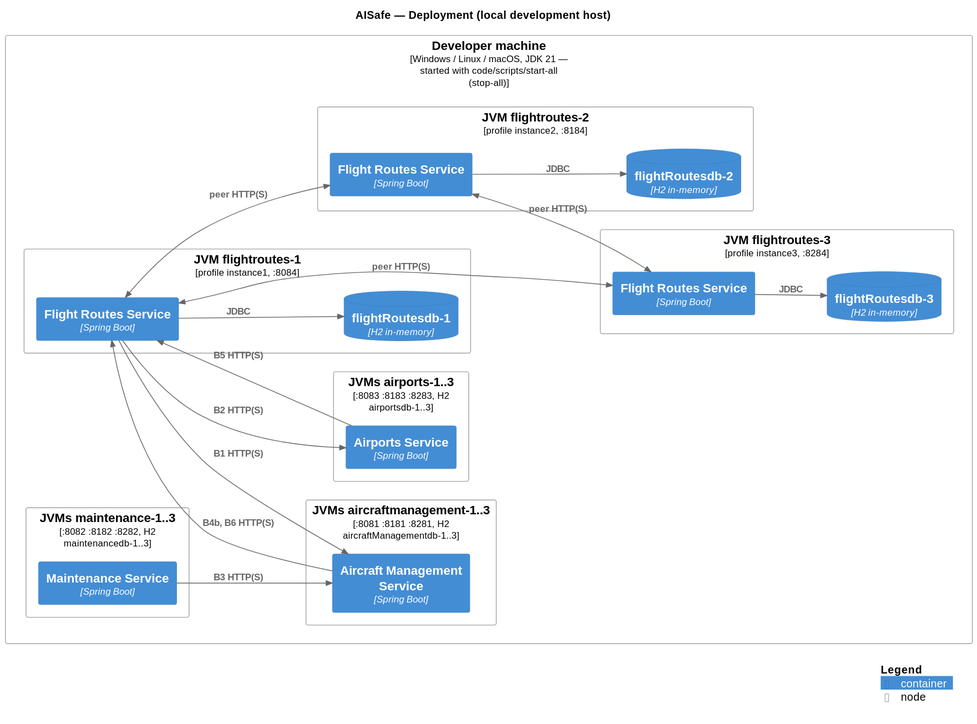
Earlier version of the PlantUML export docs/2-containers/svg/C4-L2-Deployment.svg (caetanotiago/Project_SIDIS).
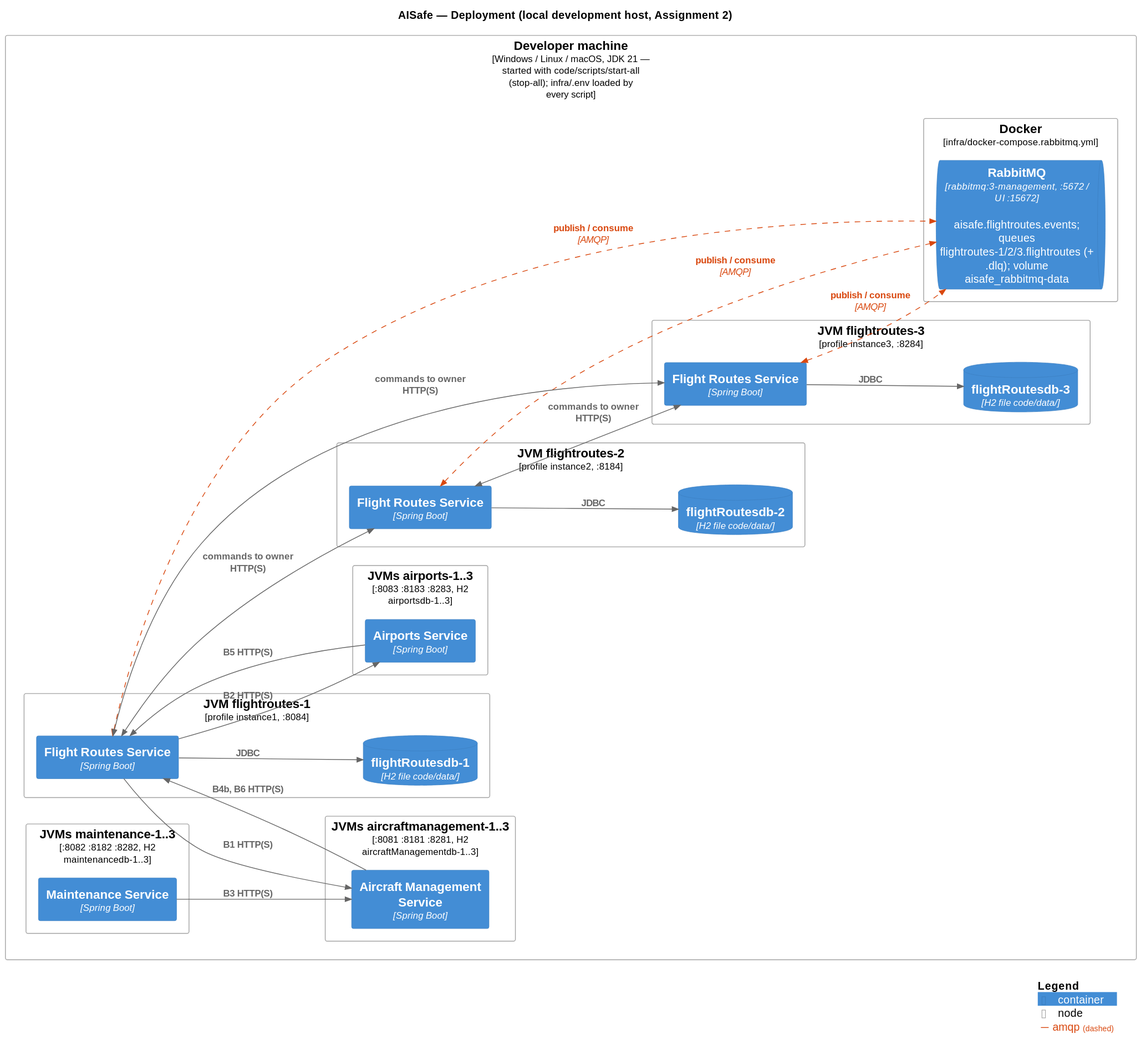
The same file after the commit.

The edit, as a diff of the source:
```diff
@@ -1,20 +1,25 @@
 @startuml
 !include <C4/C4_Deployment>
 LAYOUT_LEFT_RIGHT()
-title AISafe — Deployment (local development host)
+title AISafe — Deployment (local development host, Assignment 2)
 
-Deployment_Node(host, "Developer machine", "Windows / Linux / macOS, JDK 21 — started with code/scripts/start-all (stop-all)") {
+AddRelTag("amqp", $lineColor="#d9480f", $textColor="#d9480f", $lineStyle=DashedLine())
+
+Deployment_Node(host, "Developer machine", "Windows / Linux / macOS, JDK 21 — started with code/scripts/start-all (stop-all); infra/.env loaded by every script") {
+    Deployment_Node(docker, "Docker", "infra/docker-compose.rabbitmq.yml") {
+        ContainerQueue(mq, "RabbitMQ", "rabbitmq:3-management, :5672 / UI :15672", "aisafe.flightroutes.events; queues flightroutes-1/2/3.flightroutes (+ .dlq); volume aisafe_rabbitmq-data")
+    }
     Deployment_Node(fr1, "JVM flightroutes-1", "profile instance1, :8084") {
         Container(fra, "Flight Routes Service", "Spring Boot")
-        ContainerDb(frda, "flightRoutesdb-1", "H2 in-memory")
+        ContainerDb(frda, "flightRoutesdb-1", "H2 file code/data/")
     }
     Deployment_Node(fr2, "JVM flightroutes-2", "profile instance2, :8184") {
         Container(frb, "Flight Routes Service", "Spring Boot")
-        ContainerDb(frdb, "flightRoutesdb-2", "H2 in-memory")
+        ContainerDb(frdb, "flightRoutesdb-2", "H2 file code/data/")
     }
     Deployment_Node(fr3, "JVM flightroutes-3", "profile instance3, :8284") {
         Container(frc, "Flight Routes Service", "Spring Boot")
-        ContainerDb(frdc, "flightRoutesdb-3", "H2 in-memory")
+        ContainerDb(frdc, "flightRoutesdb-3", "H2 file code/data/")
     }
     Deployment_Node(apn, "JVMs airports-1..3", ":8083 :8183 :8283, H2 airportsdb-1..3") {
         Container(ap, "Airports Service", "Spring Boot")
@@ -30,9 +35,12 @@
 Rel(fra, frda, "JDBC")
 Rel(frb, frdb, "JDBC")
 Rel(frc, frdc, "JDBC")
-BiRel(fra, frb, "peer HTTP(S)")
-BiRel(frb, frc, "peer HTTP(S)")
-BiRel(fra, frc, "peer HTTP(S)")
+BiRel(fra, mq, "publish / consume", "AMQP", $tags="amqp")
+BiRel(frb, mq, "publish / consume", "AMQP", $tags="amqp")
+BiRel(frc, mq, "publish / consume", "AMQP", $tags="amqp")
+BiRel(fra, frb, "commands to owner HTTP(S)")
+BiRel(frb, frc, "commands to owner HTTP(S)")
+BiRel(fra, frc, "commands to owner HTTP(S)")
 Rel(fra, ap, "B2 HTTP(S)")
 Rel(fra, am, "B1 HTTP(S)")
 Rel(ap, fra, "B5 HTTP(S)")
```
